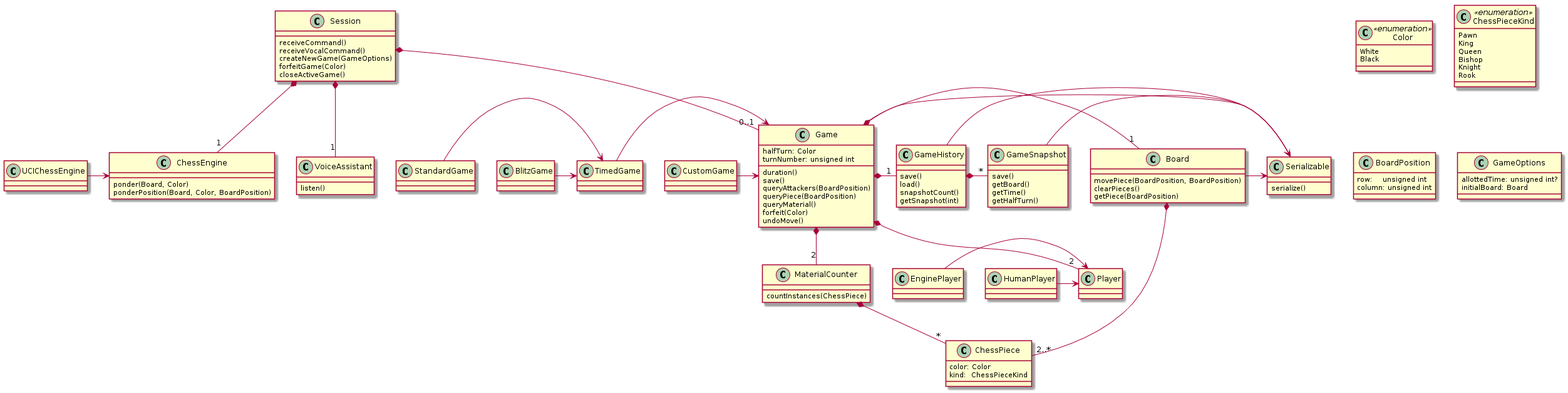
Above: class-diagram.png in tvanslyke/accessible-chess-class-diagram (PlantUML), before the change.
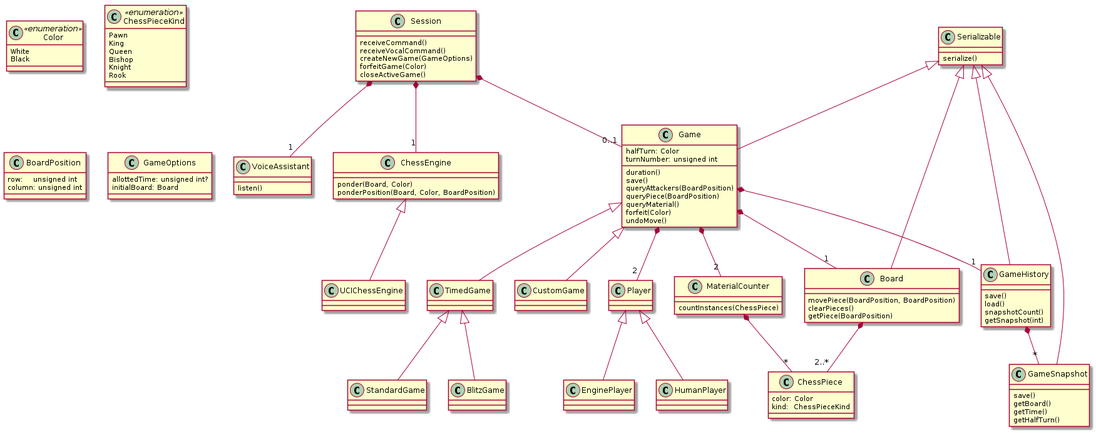
Later version of the same file.

Commit message:
fixed inheritence relationships

What changed in the source:
```diff
@@ -10,7 +10,7 @@
 	ponderPosition(Board, Color, BoardPosition)
 }
 
-UCIChessEngine -> ChessEngine
+ChessEngine <|-- UCIChessEngine
 
 class Color <<enumeration>> {
 	White
@@ -32,7 +32,7 @@
 }
 
 Board *-- "2..*" ChessPiece
-Board -> Serializable
+Serializable <|-- Board
 
 class BoardPosition {
 	row:    unsigned int
@@ -58,7 +58,7 @@
 	undoMove()
 }
 
-Game -> Serializable
+Serializable <|-- Game
 
 class GameSnapshot {
 	save()
@@ -67,7 +67,7 @@
 	getHalfTurn()
 }
 
-GameSnapshot -> Serializable
+Serializable <|-- GameSnapshot
 
 class GameHistory {
 	save()
@@ -75,17 +75,17 @@
 	snapshotCount()
 	getSnapshot(int)
 }
-GameHistory -> Serializable
+Serializable <|-- GameHistory
 
 Game *-- "1" GameHistory
 GameHistory *-- "*" GameSnapshot
 
 Game *-- "1" Board
 
-TimedGame    -> Game
-CustomGame   -> Game
-StandardGame -> TimedGame
-BlitzGame    -> TimedGame
+Game <|-- TimedGame
+Game <|-- CustomGame
+TimedGame <|-- StandardGame
+TimedGame <|-- BlitzGame
 
 Session *-- "0..1" Game
 
@@ -109,8 +109,8 @@
 
 }
 
-class EnginePlayer -> Player
-class HumanPlayer -> Player
+class Player <|-- EnginePlayer
+class Player <|-- HumanPlayer
 
 Game *-- "2" Player
 
```
